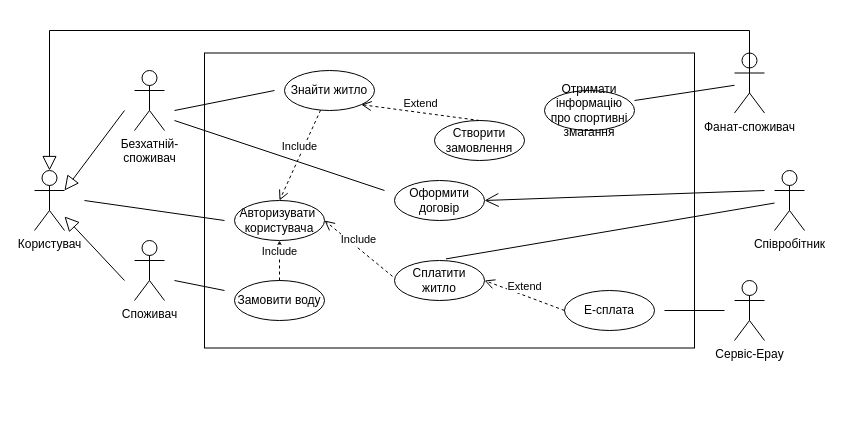
Before: 1-SoftwareRequirements/1.3-SoftwareUserRequirements/1.3.3-UseCaseDiagram/UML-diagram.drawio in oleksandrblazhko/ai202-grebenik, a draw.io diagram. Source tidied: cells renumbered, new cells numbered last; positions are measured from the earlier drawing's top-left corner, leaving out a move shared by most shapes. Both pictures are drawn from the tidied source at 100%, with x=0, y=0 at pixel (34, 30).
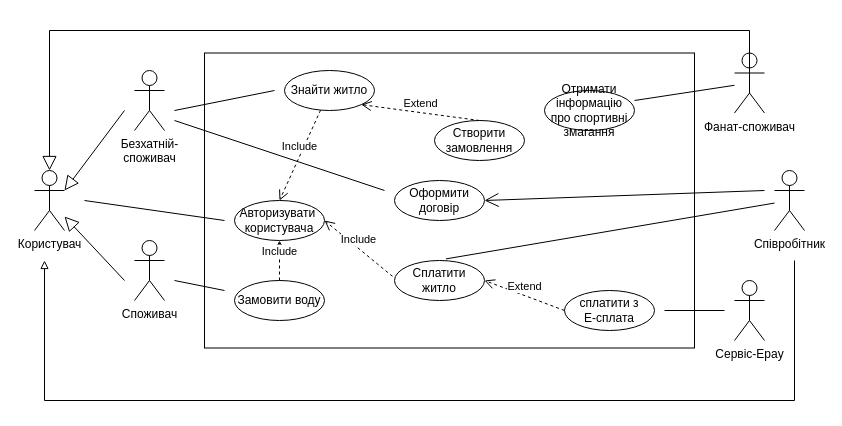
After the change.

Diff of the diagram source:
```diff
@@
-    <mxCell id="10" value="E-сплата" style="ellipse;whiteSpace=wrap;html=1;" parent="1" vertex="1">
+    <mxCell id="10" value="сплатити з&lt;br&gt;E-сплата" style="ellipse;whiteSpace=wrap;html=1;" parent="1" vertex="1">
       <mxGeometry x="530" y="260" width="90" height="40" as="geometry" />
     </mxCell>
@@
+    <mxCell id="33" style="endArrow=block;html=1;rounded=0;endFill=0;" parent="1" edge="1">
+      <mxGeometry relative="1" as="geometry">
+        <mxPoint x="760" y="230" as="sourcePoint" />
+        <mxPoint x="10" y="230" as="targetPoint" />
+        <Array as="points">
+          <mxPoint x="760" y="370" />
+          <mxPoint x="10" y="370" />
+        </Array>
+      </mxGeometry>
+    </mxCell>
```
